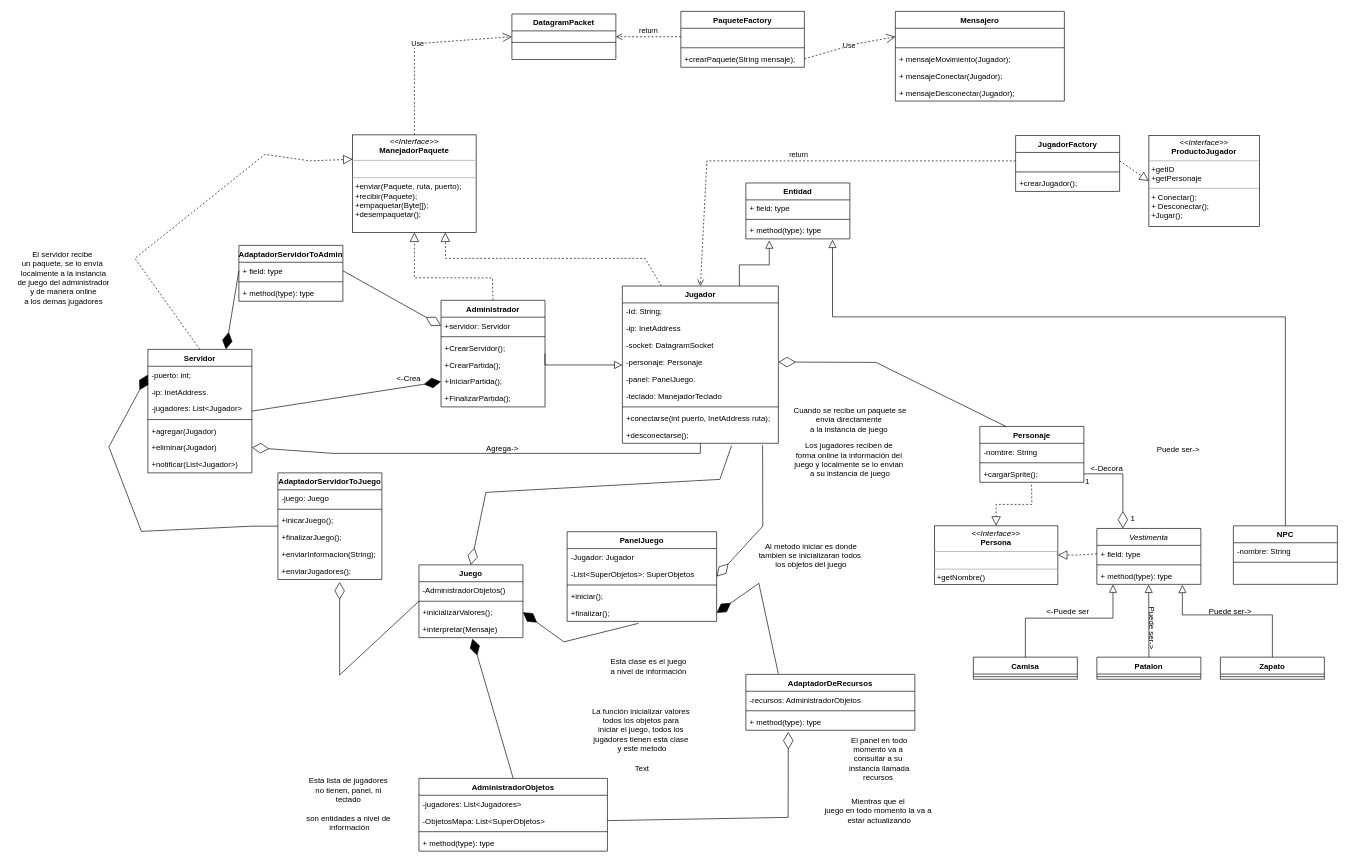
Carlos19men/EcoCrossing keeps this draw.io diagram as page "Page-1" (1 of 2) of UML/Diagrama de clases/Diagrama de clases.drawio. Above is the earlier version. Source tidied: cells renumbered, new cells numbered last; positions are measured from the earlier drawing's top-left corner, leaving out a move shared by most shapes. Both pictures are drawn from the tidied source at 65%, with x=0, y=0 at pixel (11, 11).
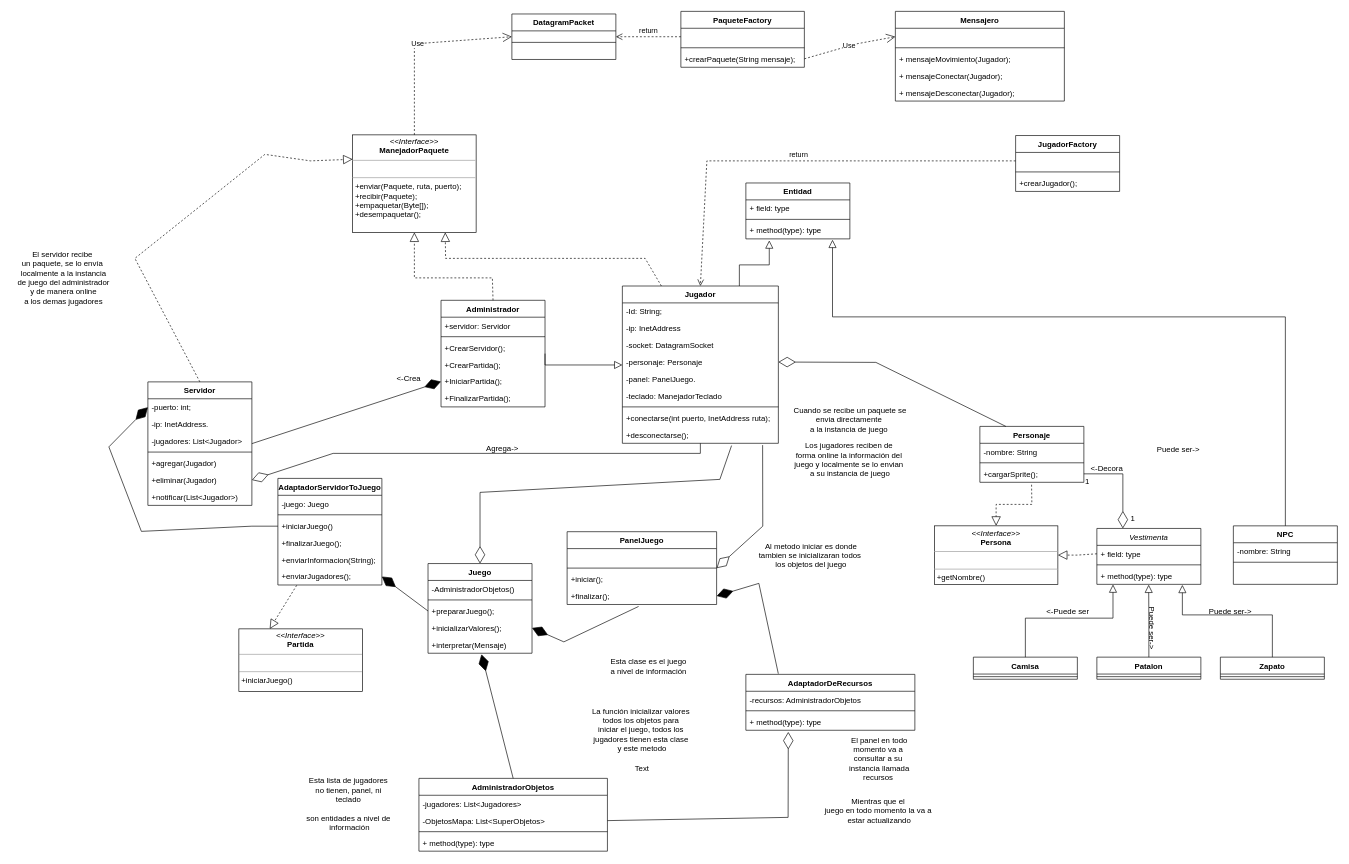
Above is the later version.

Unchanged cells that the change refers to:
```xml
<mxCell id="19" value="+desconectarse(); " style="text;align=left;verticalAlign=top;spacingLeft=4;spacingRight=4;overflow=hidden;points=[[0,0.5],[1,0.5]];portConstraint=eastwest;" parent="10" vertex="1">
  <mxGeometry y="216" width="240" height="26" as="geometry" />
</mxCell>
<mxCell id="28" value="+servidor: Servidor" style="text;strokeColor=none;fillColor=none;align=left;verticalAlign=top;spacingLeft=4;spacingRight=4;overflow=hidden;points=[[0,0.5],[1,0.5]];portConstraint=eastwest;" parent="27" vertex="1">
  <mxGeometry y="26" width="160" height="26" as="geometry" />
</mxCell>
<mxCell id="59" value=" " style="text;strokeColor=none;fillColor=none;align=left;verticalAlign=top;spacingLeft=4;spacingRight=4;overflow=hidden;points=[[0,0.5],[1,0.5]];portConstraint=eastwest;" parent="58" vertex="1">
  <mxGeometry y="26" width="160" height="26" as="geometry" />
</mxCell>
<mxCell id="102" value="+enviarJugadores(); " style="text;strokeColor=none;fillColor=none;align=left;verticalAlign=top;spacingLeft=4;spacingRight=4;overflow=hidden;points=[[0,0.5],[1,0.5]];portConstraint=eastwest;" parent="96" vertex="1">
  <mxGeometry y="138" width="160" height="26" as="geometry" />
</mxCell>
```

The edit, as a diff of the source:
```diff
@@
     <mxCell id="2" value="Servidor" style="swimlane;fontStyle=1;align=center;verticalAlign=top;horizontal=1;startSize=26;rounded=0;shadow=0;strokeWidth=1;" parent="1" vertex="1">
-      <mxGeometry x="210" y="520" width="160" height="190" as="geometry" />
+      <mxGeometry x="210" y="570" width="160" height="190" as="geometry" />
     </mxCell>
@@
     <mxCell id="51" value="PanelJuego" style="swimlane;fontStyle=1;align=center;verticalAlign=top;horizontal=1;startSize=26;" parent="1" vertex="1">
-      <mxGeometry x="855" y="800.5" width="230" height="138" as="geometry" />
+      <mxGeometry x="855" y="800.5" width="230" height="112" as="geometry" />
     </mxCell>
-    <mxCell id="52" value="-Jugador: Jugador" style="text;strokeColor=none;fillColor=none;align=left;verticalAlign=top;spacingLeft=4;spacingRight=4;overflow=hidden;" parent="51" vertex="1">
-      <mxGeometry y="26" width="230" height="26" as="geometry" />
-    </mxCell>
-    <mxCell id="53" value="-List&lt;SuperObjetos&gt;: SuperObjetos" style="text;strokeColor=none;fillColor=none;align=left;verticalAlign=top;spacingLeft=4;spacingRight=4;overflow=hidden;" parent="51" vertex="1">
-      <mxGeometry y="52" width="230" height="26" as="geometry" />
+    <mxCell id="53" value=" " style="text;strokeColor=none;fillColor=none;align=left;verticalAlign=top;spacingLeft=4;spacingRight=4;overflow=hidden;" parent="51" vertex="1">
+      <mxGeometry y="26" width="230" height="26" as="geometry" />
     </mxCell>
     <mxCell id="54" style="line;strokeWidth=1;fillColor=none;align=left;verticalAlign=middle;spacingTop=-1;spacingLeft=3;spacingRight=3;labelPosition=right;strokeColor=inherit;" parent="51" vertex="1">
-      <mxGeometry y="78" width="230" height="8" as="geometry" />
+      <mxGeometry y="52" width="230" height="8" as="geometry" />
     </mxCell>
     <mxCell id="55" value="+iniciar(); " style="text;strokeColor=none;fillColor=none;align=left;verticalAlign=top;spacingLeft=4;spacingRight=4;overflow=hidden;" parent="51" vertex="1">
-      <mxGeometry y="86" width="230" height="26" as="geometry" />
+      <mxGeometry y="60" width="230" height="26" as="geometry" />
     </mxCell>
     <mxCell id="56" value="+finalizar(); " style="text;strokeColor=none;fillColor=none;align=left;verticalAlign=top;spacingLeft=4;spacingRight=4;overflow=hidden;points=[[0,0.5],[1,0.5]];portConstraint=eastwest;" parent="51" vertex="1">
-      <mxGeometry y="112" width="230" height="26" as="geometry" />
+      <mxGeometry y="86" width="230" height="26" as="geometry" />
     </mxCell>
-    <mxCell id="57" value="&lt;p style=&quot;margin:0px;margin-top:4px;text-align:center;&quot;&gt;&lt;i&gt;&amp;lt;&amp;lt;Interface&amp;gt;&amp;gt;&lt;/i&gt;&lt;br&gt;&lt;b&gt;ProductoJugador&lt;/b&gt;&lt;/p&gt;&lt;hr size=&quot;1&quot;&gt;&lt;p style=&quot;margin:0px;margin-left:4px;&quot;&gt;+getID&lt;/p&gt;&lt;p style=&quot;margin:0px;margin-left:4px;&quot;&gt;+getPersonaje&lt;/p&gt;&lt;hr size=&quot;1&quot;&gt;&lt;p style=&quot;margin:0px;margin-left:4px;&quot;&gt;+ Conectar();&amp;nbsp;&lt;br&gt;+ Desconectar();&amp;nbsp;&lt;/p&gt;&lt;p style=&quot;margin:0px;margin-left:4px;&quot;&gt;+Jugar();&amp;nbsp;&lt;/p&gt;" style="verticalAlign=top;align=left;overflow=fill;fontSize=12;fontFamily=Helvetica;html=1;" parent="1" vertex="1">
-      <mxGeometry x="1750" y="191" width="170" height="140" as="geometry" />
-    </mxCell>
@@
-    <mxCell id="62" style="endArrow=block;dashed=1;endFill=0;endSize=12;html=1;rounded=0;exitX=1;exitY=0.5;exitDx=0;exitDy=0;entryX=0;entryY=0.5;entryDx=0;entryDy=0;" parent="1" edge="1" source="59" target="57">
-      <mxGeometry relative="1" as="geometry" />
-    </mxCell>
@@
     <mxCell id="96" value="AdaptadorServidorToJuego" style="swimlane;fontStyle=1;align=center;verticalAlign=top;horizontal=1;startSize=26;" parent="1" vertex="1">
-      <mxGeometry x="410" y="710" width="160" height="164" as="geometry" />
+      <mxGeometry x="410" y="718.5" width="160" height="164" as="geometry" />
     </mxCell>
@@
-    <mxCell id="99" value="+inicarJuego(); " style="text;strokeColor=none;fillColor=none;align=left;verticalAlign=top;spacingLeft=4;spacingRight=4;overflow=hidden;" parent="96" vertex="1">
+    <mxCell id="99" value="+iniciarJuego()" style="text;strokeColor=none;fillColor=none;align=left;verticalAlign=top;spacingLeft=4;spacingRight=4;overflow=hidden;" parent="96" vertex="1">
       <mxGeometry y="60" width="160" height="26" as="geometry" />
     </mxCell>
@@
     <mxCell id="111" value="Juego" style="swimlane;fontStyle=1;align=center;verticalAlign=top;horizontal=1;startSize=26;" parent="1" vertex="1">
-      <mxGeometry x="627" y="851.5" width="160" height="112" as="geometry" />
+      <mxGeometry x="641" y="849.5" width="160" height="138" as="geometry" />
     </mxCell>
@@
+    <mxCell id="148" value="+prepararJuego(); " style="text;strokeColor=none;fillColor=none;align=left;verticalAlign=top;spacingLeft=4;spacingRight=4;overflow=hidden;points=[[0,0.5],[1,0.5]];portConstraint=eastwest;" parent="111" vertex="1">
+      <mxGeometry y="60" width="160" height="26" as="geometry" />
+    </mxCell>
     <mxCell id="114" value="+inicializarValores(); " style="text;strokeColor=none;fillColor=none;align=left;verticalAlign=top;spacingLeft=4;spacingRight=4;overflow=hidden;points=[[0,0.5],[1,0.5]];portConstraint=eastwest;" parent="111" vertex="1">
-      <mxGeometry y="60" width="160" height="26" as="geometry" />
+      <mxGeometry y="86" width="160" height="26" as="geometry" />
     </mxCell>
     <mxCell id="115" value="+interpretar(Mensaje)" style="text;strokeColor=none;fillColor=none;align=left;verticalAlign=top;spacingLeft=4;spacingRight=4;overflow=hidden;points=[[0,0.5],[1,0.5]];portConstraint=eastwest;" parent="111" vertex="1">
-      <mxGeometry y="86" width="160" height="26" as="geometry" />
+      <mxGeometry y="112" width="160" height="26" as="geometry" />
     </mxCell>
@@
-    <mxCell id="117" style="endArrow=diamondThin;endFill=0;endSize=24;html=1;rounded=0;entryX=0.594;entryY=1.154;entryDx=0;entryDy=0;entryPerimeter=0;exitX=0;exitY=0.5;exitDx=0;exitDy=0;" parent="1" edge="1" source="111" target="102">
-      <mxGeometry relative="1" as="geometry">
-        <Array as="points">
-          <mxPoint x="505" y="1021" />
-        </Array>
-      </mxGeometry>
-    </mxCell>
@@
     <mxCell id="141" style="endArrow=diamondThin;endFill=0;endSize=24;html=1;rounded=0;exitX=0.7;exitY=1.135;exitDx=0;exitDy=0;exitPerimeter=0;entryX=0.5;entryY=0;entryDx=0;entryDy=0;" parent="1" edge="1" source="19" target="111">
       <mxGeometry relative="1" as="geometry">
         <Array as="points">
           <mxPoint x="1090" y="720" />
-          <mxPoint x="730" y="740" />
+          <mxPoint x="721" y="740" />
         </Array>
       </mxGeometry>
     </mxCell>
-    <mxCell id="142" value="AdaptadorServidorToAdmin" style="swimlane;fontStyle=1;align=center;verticalAlign=top;horizontal=1;startSize=26;" parent="1" vertex="1">
-      <mxGeometry x="350" y="360" width="160" height="86" as="geometry" />
-    </mxCell>
-    <mxCell id="143" value="+ field: type" style="text;strokeColor=none;fillColor=none;align=left;verticalAlign=top;spacingLeft=4;spacingRight=4;overflow=hidden;points=[[0,0.5],[1,0.5]];portConstraint=eastwest;" parent="142" vertex="1">
-      <mxGeometry y="26" width="160" height="26" as="geometry" />
-    </mxCell>
-    <mxCell id="144" style="line;strokeWidth=1;fillColor=none;align=left;verticalAlign=middle;spacingTop=-1;spacingLeft=3;spacingRight=3;labelPosition=right;strokeColor=inherit;" parent="142" vertex="1">
-      <mxGeometry y="52" width="160" height="8" as="geometry" />
-    </mxCell>
-    <mxCell id="145" value="+ method(type): type" style="text;strokeColor=none;fillColor=none;align=left;verticalAlign=top;spacingLeft=4;spacingRight=4;overflow=hidden;" parent="142" vertex="1">
-      <mxGeometry y="60" width="160" height="26" as="geometry" />
-    </mxCell>
-    <mxCell id="146" style="endArrow=diamondThin;endFill=1;endSize=24;html=1;rounded=0;exitX=0;exitY=0.5;exitDx=0;exitDy=0;entryX=0.75;entryY=0;entryDx=0;entryDy=0;" parent="1" edge="1" source="143" target="2">
-      <mxGeometry relative="1" as="geometry" />
-    </mxCell>
-    <mxCell id="147" style="endArrow=diamondThin;endFill=0;endSize=24;html=1;rounded=0;exitX=1;exitY=0.5;exitDx=0;exitDy=0;entryX=0;entryY=0.5;entryDx=0;entryDy=0;" parent="1" edge="1" source="143" target="28">
-      <mxGeometry relative="1" as="geometry" />
-    </mxCell>
+    <mxCell id="149" value="&lt;p style=&quot;margin:0px;margin-top:4px;text-align:center;&quot;&gt;&lt;i&gt;&amp;lt;&amp;lt;Interface&amp;gt;&amp;gt;&lt;/i&gt;&lt;br&gt;&lt;b&gt;Partida&lt;/b&gt;&lt;/p&gt;&lt;hr size=&quot;1&quot;&gt;&lt;p style=&quot;margin:0px;margin-left:4px;&quot;&gt;&amp;nbsp;&lt;/p&gt;&lt;hr size=&quot;1&quot;&gt;&lt;p style=&quot;margin:0px;margin-left:4px;&quot;&gt;+iniciarJuego()&lt;br&gt;&lt;/p&gt;" style="verticalAlign=top;align=left;overflow=fill;fontSize=12;fontFamily=Helvetica;html=1;" parent="1" vertex="1">
+      <mxGeometry x="350" y="950" width="190" height="96.5" as="geometry" />
+    </mxCell>
+    <mxCell id="150" style="endArrow=block;dashed=1;endFill=0;endSize=12;html=1;rounded=0;exitX=0.181;exitY=1.019;exitDx=0;exitDy=0;entryX=0.25;entryY=0;entryDx=0;entryDy=0;exitPerimeter=0;" parent="1" edge="1" source="102" target="149">
+      <mxGeometry relative="1" as="geometry" />
+    </mxCell>
+    <mxCell id="151" style="endArrow=diamondThin;endFill=1;endSize=24;html=1;rounded=0;entryX=1;entryY=0.5;entryDx=0;entryDy=0;exitX=0;exitY=0.5;exitDx=0;exitDy=0;" parent="1" edge="1" source="148" target="102">
+      <mxGeometry relative="1" as="geometry" />
+    </mxCell>
```
